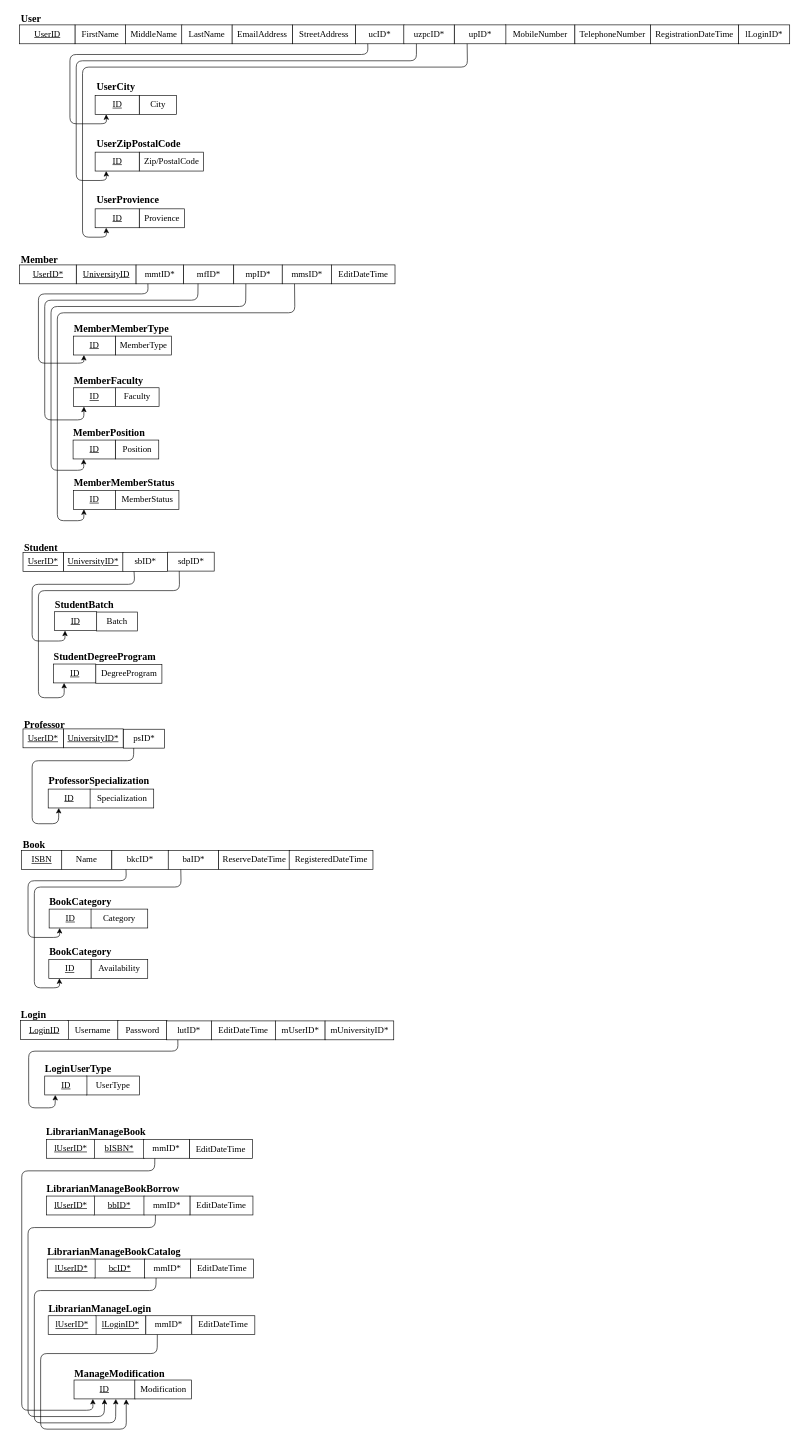
Earlier version of the draw.io diagram Documentation/Database/3.RelationalSchema_SecondNormalization/lsulibraryDB_RelationalSchema_2NF.drawio (hvlhasanka/Pearson_HND_Computing_Y1S2-Unit10_Web_Design_and_Development). Source tidied: cells renumbered, new cells numbered last; positions are measured from the earlier drawing's top-left corner, leaving out a move shared by most shapes. Both pictures are drawn from the tidied source at 63%, with x=0, y=0 at pixel (19, 11).
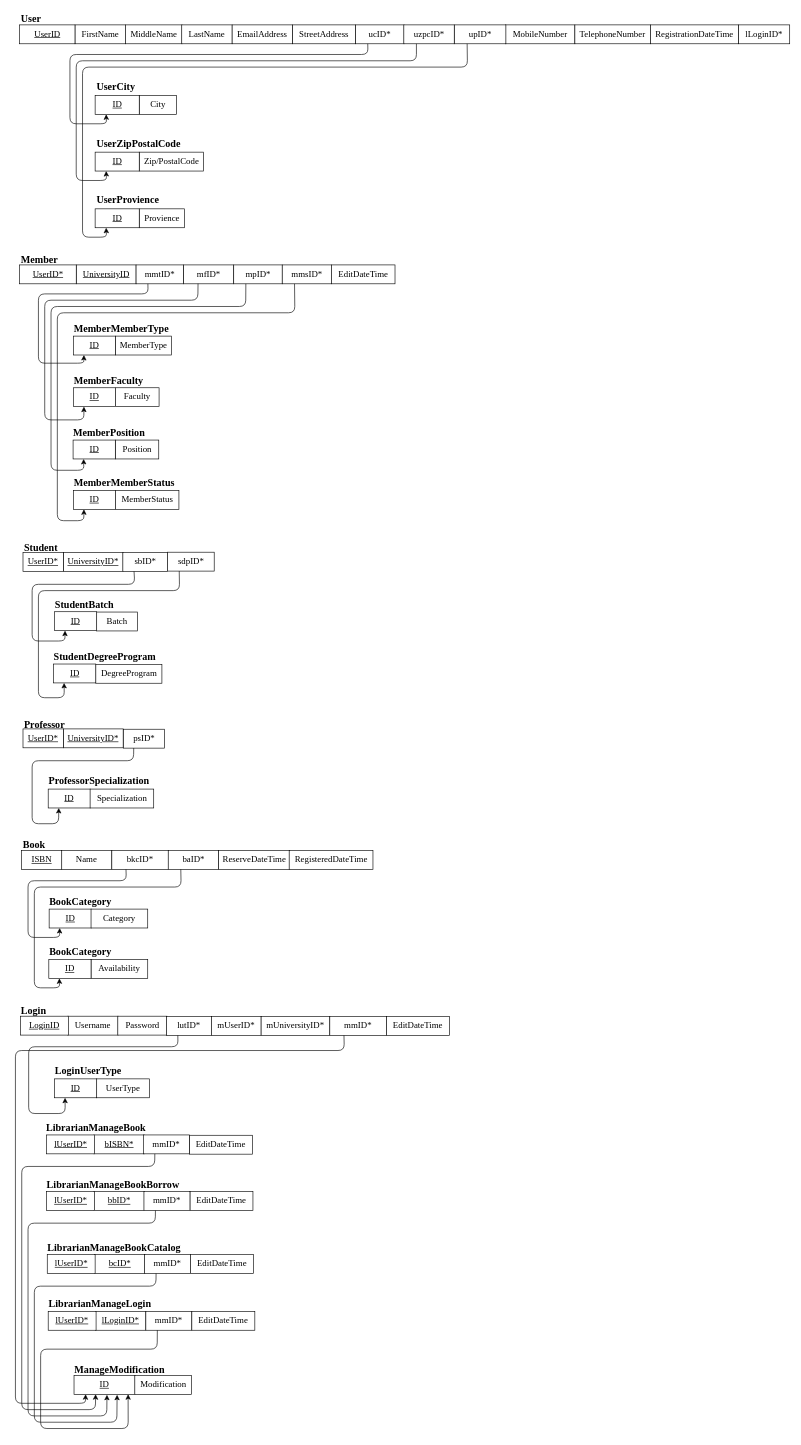
The same page after the edit.

The edit, as a diff of the source:
```diff
@@
     <mxCell id="73" value="&lt;font face=&quot;Times New Roman&quot;&gt;Login&lt;/font&gt;" style="text;html=1;align=left;verticalAlign=top;spacingTop=-4;fontSize=16;fontStyle=1;" parent="1" vertex="1">
-      <mxGeometry x="0.5" y="1580.5" width="50" height="20" as="geometry" />
+      <mxGeometry x="0.5" y="1573.5" width="50" height="20" as="geometry" />
     </mxCell>
     <mxCell id="74" value="Username" style="rounded=0;whiteSpace=wrap;html=1;fontSize=14;fontFamily=Times New Roman;" parent="1" vertex="1">
-      <mxGeometry x="77" y="1602.5" width="80" height="30" as="geometry" />
+      <mxGeometry x="77" y="1595.5" width="80" height="30" as="geometry" />
     </mxCell>
     <mxCell id="75" value="Password" style="rounded=0;whiteSpace=wrap;html=1;fontSize=14;fontFamily=Times New Roman;" parent="1" vertex="1">
-      <mxGeometry x="156.5" y="1602.5" width="78" height="30" as="geometry" />
+      <mxGeometry x="156.5" y="1595.5" width="78" height="30" as="geometry" />
     </mxCell>
     <mxCell id="76" value="LoginID" style="rounded=0;whiteSpace=wrap;html=1;fontSize=14;fontFamily=Times New Roman;fontStyle=4;" parent="1" vertex="1">
-      <mxGeometry x="2" y="1602.5" width="76" height="30" as="geometry" />
+      <mxGeometry x="2" y="1595.5" width="76" height="30" as="geometry" />
     </mxCell>
     <mxCell id="77" value="lutID*" style="rounded=0;whiteSpace=wrap;html=1;fontSize=14;fontFamily=Times New Roman;" parent="1" vertex="1">
-      <mxGeometry x="234" y="1603" width="71" height="30" as="geometry" />
+      <mxGeometry x="234" y="1596" width="71" height="30" as="geometry" />
     </mxCell>
-    <mxCell id="78" value="EditDateTime" style="rounded=0;whiteSpace=wrap;html=1;fontSize=14;fontFamily=Times New Roman;" parent="1" vertex="1">
-      <mxGeometry x="305" y="1603" width="102" height="30" as="geometry" />
-    </mxCell>
     <mxCell id="79" value="mUserID*" style="rounded=0;whiteSpace=wrap;html=1;fontSize=14;fontFamily=Times New Roman;" parent="1" vertex="1">
-      <mxGeometry x="406.5" y="1603" width="79" height="30" as="geometry" />
+      <mxGeometry x="305" y="1596" width="79" height="30" as="geometry" />
     </mxCell>
     <mxCell id="80" value="mUniversityID*" style="rounded=0;whiteSpace=wrap;html=1;fontSize=14;fontFamily=Times New Roman;" parent="1" vertex="1">
-      <mxGeometry x="485.5" y="1603" width="109" height="30" as="geometry" />
+      <mxGeometry x="384" y="1596" width="109" height="30" as="geometry" />
     </mxCell>
     <mxCell id="81" value="UserType" style="rounded=0;whiteSpace=wrap;html=1;fontSize=14;fontFamily=Times New Roman;" parent="1" vertex="1">
-      <mxGeometry x="107" y="1690.5" width="84" height="30" as="geometry" />
+      <mxGeometry x="122.5" y="1695" width="84" height="30" as="geometry" />
     </mxCell>
     <mxCell id="82" value="&lt;font face=&quot;Times New Roman&quot;&gt;LoginUserType&lt;/font&gt;" style="text;html=1;align=left;verticalAlign=top;spacingTop=-4;fontSize=16;fontStyle=1;" parent="1" vertex="1">
-      <mxGeometry x="39" y="1665.5" width="120" height="20" as="geometry" />
+      <mxGeometry x="54.5" y="1670" width="120" height="20" as="geometry" />
     </mxCell>
     <mxCell id="83" value="ID" style="rounded=0;whiteSpace=wrap;html=1;fontSize=14;fontFamily=Times New Roman;fontStyle=4;" parent="1" vertex="1">
-      <mxGeometry x="40.5" y="1690.5" width="67" height="30" as="geometry" />
+      <mxGeometry x="56" y="1695" width="67" height="30" as="geometry" />
     </mxCell>
     <mxCell id="84" style="endArrow=classic;html=1;entryX=0.25;entryY=1;entryDx=0;entryDy=0;exitX=0.25;exitY=1;exitDx=0;exitDy=0;" parent="1" edge="1" source="77" target="83">
       <mxGeometry relative="1" as="geometry">
         <Array as="points">
-          <mxPoint x="252" y="1651" />
-          <mxPoint x="15" y="1651" />
-          <mxPoint x="15" y="1741" />
-          <mxPoint x="57" y="1741" />
+          <mxPoint x="252" y="1644" />
+          <mxPoint x="15" y="1644" />
+          <mxPoint x="15" y="1750" />
+          <mxPoint x="73" y="1750" />
         </Array>
       </mxGeometry>
     </mxCell>
     <mxCell id="85" value="&lt;font face=&quot;Times New Roman&quot;&gt;LibrarianManageBook&lt;/font&gt;" style="text;html=1;align=left;verticalAlign=top;spacingTop=-4;fontSize=16;fontStyle=1;" parent="1" vertex="1">
-      <mxGeometry x="41" y="1767" width="160" height="20" as="geometry" />
+      <mxGeometry x="41" y="1760" width="160" height="20" as="geometry" />
     </mxCell>
     <mxCell id="86" value="&lt;u&gt;bISBN*&lt;/u&gt;" style="rounded=0;whiteSpace=wrap;html=1;fontSize=14;fontFamily=Times New Roman;" parent="1" vertex="1">
-      <mxGeometry x="118.5" y="1791" width="80" height="30" as="geometry" />
+      <mxGeometry x="118.5" y="1784" width="80" height="30" as="geometry" />
     </mxCell>
     <mxCell id="87" value="lUserID*" style="rounded=0;whiteSpace=wrap;html=1;fontSize=14;fontFamily=Times New Roman;fontStyle=4;" parent="1" vertex="1">
-      <mxGeometry x="43.5" y="1791" width="76" height="30" as="geometry" />
+      <mxGeometry x="43.5" y="1784" width="76" height="30" as="geometry" />
     </mxCell>
     <mxCell id="88" value="EditDateTime" style="rounded=0;whiteSpace=wrap;html=1;fontSize=14;fontFamily=Times New Roman;" parent="1" vertex="1">
-      <mxGeometry x="270" y="1791.5" width="100" height="30" as="geometry" />
+      <mxGeometry x="270" y="1784.5" width="100" height="30" as="geometry" />
     </mxCell>
     <mxCell id="89" value="&lt;font face=&quot;Times New Roman&quot;&gt;LibrarianManageBookBorrow&lt;/font&gt;" style="text;html=1;align=left;verticalAlign=top;spacingTop=-4;fontSize=16;fontStyle=1;" parent="1" vertex="1">
-      <mxGeometry x="42" y="1857" width="210" height="20" as="geometry" />
+      <mxGeometry x="42" y="1850" width="210" height="20" as="geometry" />
     </mxCell>
     <mxCell id="90" value="&lt;u&gt;bbID*&lt;/u&gt;" style="rounded=0;whiteSpace=wrap;html=1;fontSize=14;fontFamily=Times New Roman;" parent="1" vertex="1">
-      <mxGeometry x="118.5" y="1881" width="80" height="30" as="geometry" />
+      <mxGeometry x="118.5" y="1874" width="80" height="30" as="geometry" />
     </mxCell>
     <mxCell id="91" value="lUserID*" style="rounded=0;whiteSpace=wrap;html=1;fontSize=14;fontFamily=Times New Roman;fontStyle=4;" parent="1" vertex="1">
-      <mxGeometry x="43.5" y="1881" width="76" height="30" as="geometry" />
+      <mxGeometry x="43.5" y="1874" width="76" height="30" as="geometry" />
     </mxCell>
     <mxCell id="92" value="EditDateTime" style="rounded=0;whiteSpace=wrap;html=1;fontSize=14;fontFamily=Times New Roman;" parent="1" vertex="1">
-      <mxGeometry x="271" y="1881" width="100" height="30" as="geometry" />
+      <mxGeometry x="271" y="1874" width="100" height="30" as="geometry" />
     </mxCell>
     <mxCell id="93" value="&lt;font face=&quot;Times New Roman&quot;&gt;LibrarianManageBookCatalog&lt;/font&gt;" style="text;html=1;align=left;verticalAlign=top;spacingTop=-4;fontSize=16;fontStyle=1;" parent="1" vertex="1">
-      <mxGeometry x="43" y="1957" width="210" height="20" as="geometry" />
+      <mxGeometry x="43" y="1950" width="210" height="20" as="geometry" />
     </mxCell>
     <mxCell id="94" value="&lt;u&gt;bcID*&lt;/u&gt;" style="rounded=0;whiteSpace=wrap;html=1;fontSize=14;fontFamily=Times New Roman;" parent="1" vertex="1">
-      <mxGeometry x="119.5" y="1981" width="80" height="30" as="geometry" />
+      <mxGeometry x="119.5" y="1974" width="80" height="30" as="geometry" />
     </mxCell>
     <mxCell id="95" value="lUserID*" style="rounded=0;whiteSpace=wrap;html=1;fontSize=14;fontFamily=Times New Roman;fontStyle=4;" parent="1" vertex="1">
-      <mxGeometry x="44.5" y="1981" width="76" height="30" as="geometry" />
+      <mxGeometry x="44.5" y="1974" width="76" height="30" as="geometry" />
     </mxCell>
     <mxCell id="96" value="EditDateTime" style="rounded=0;whiteSpace=wrap;html=1;fontSize=14;fontFamily=Times New Roman;" parent="1" vertex="1">
-      <mxGeometry x="272" y="1981" width="100" height="30" as="geometry" />
+      <mxGeometry x="272" y="1974" width="100" height="30" as="geometry" />
     </mxCell>
     <mxCell id="97" value="&lt;font face=&quot;Times New Roman&quot;&gt;LibrarianManageLogin&lt;/font&gt;" style="text;html=1;align=left;verticalAlign=top;spacingTop=-4;fontSize=16;fontStyle=1;" parent="1" vertex="1">
-      <mxGeometry x="44.5" y="2047" width="160" height="20" as="geometry" />
+      <mxGeometry x="44.5" y="2040" width="160" height="20" as="geometry" />
     </mxCell>
     <mxCell id="98" value="&lt;u&gt;lLoginID*&lt;/u&gt;" style="rounded=0;whiteSpace=wrap;html=1;fontSize=14;fontFamily=Times New Roman;" parent="1" vertex="1">
-      <mxGeometry x="121" y="2071" width="80" height="30" as="geometry" />
+      <mxGeometry x="121" y="2064" width="80" height="30" as="geometry" />
     </mxCell>
     <mxCell id="99" value="lUserID*" style="rounded=0;whiteSpace=wrap;html=1;fontSize=14;fontFamily=Times New Roman;fontStyle=4;" parent="1" vertex="1">
-      <mxGeometry x="46" y="2071" width="76" height="30" as="geometry" />
+      <mxGeometry x="46" y="2064" width="76" height="30" as="geometry" />
     </mxCell>
     <mxCell id="100" value="mmID*" style="rounded=0;whiteSpace=wrap;html=1;fontSize=14;fontFamily=Times New Roman;" parent="1" vertex="1">
-      <mxGeometry x="201" y="2071" width="73" height="30" as="geometry" />
+      <mxGeometry x="201" y="2064" width="73" height="30" as="geometry" />
     </mxCell>
     <mxCell id="101" value="EditDateTime" style="rounded=0;whiteSpace=wrap;html=1;fontSize=14;fontFamily=Times New Roman;" parent="1" vertex="1">
-      <mxGeometry x="274" y="2071" width="100" height="30" as="geometry" />
+      <mxGeometry x="274" y="2064" width="100" height="30" as="geometry" />
     </mxCell>
     <mxCell id="102" value="&lt;font face=&quot;Times New Roman&quot;&gt;ManageModification&lt;/font&gt;" style="text;html=1;align=left;verticalAlign=top;spacingTop=-4;fontSize=16;fontStyle=1;" parent="1" vertex="1">
-      <mxGeometry x="85.5" y="2151" width="150" height="20" as="geometry" />
+      <mxGeometry x="85.5" y="2144" width="150" height="20" as="geometry" />
     </mxCell>
     <mxCell id="103" value="ID" style="rounded=0;whiteSpace=wrap;html=1;fontSize=14;fontFamily=Times New Roman;fontStyle=4;" parent="1" vertex="1">
-      <mxGeometry x="87" y="2173" width="97" height="30" as="geometry" />
+      <mxGeometry x="87" y="2166" width="97" height="30" as="geometry" />
     </mxCell>
     <mxCell id="104" value="Modification" style="rounded=0;whiteSpace=wrap;html=1;fontSize=14;fontFamily=Times New Roman;" parent="1" vertex="1">
-      <mxGeometry x="183.5" y="2173" width="90" height="30" as="geometry" />
+      <mxGeometry x="183.5" y="2166" width="90" height="30" as="geometry" />
     </mxCell>
     <mxCell id="105" value="mmID*" style="rounded=0;whiteSpace=wrap;html=1;fontSize=14;fontFamily=Times New Roman;" parent="1" vertex="1">
-      <mxGeometry x="199" y="1981" width="73" height="30" as="geometry" />
+      <mxGeometry x="199" y="1974" width="73" height="30" as="geometry" />
     </mxCell>
     <mxCell id="106" value="mmID*" style="rounded=0;whiteSpace=wrap;html=1;fontSize=14;fontFamily=Times New Roman;" parent="1" vertex="1">
-      <mxGeometry x="198" y="1881" width="73" height="30" as="geometry" />
+      <mxGeometry x="198" y="1874" width="73" height="30" as="geometry" />
     </mxCell>
     <mxCell id="107" value="mmID*" style="rounded=0;whiteSpace=wrap;html=1;fontSize=14;fontFamily=Times New Roman;" parent="1" vertex="1">
-      <mxGeometry x="197" y="1791" width="73" height="30" as="geometry" />
+      <mxGeometry x="197" y="1784" width="73" height="30" as="geometry" />
     </mxCell>
-    <mxCell id="108" style="endArrow=classic;html=1;exitX=0.25;exitY=1;exitDx=0;exitDy=0;entryX=0.854;entryY=1.015;entryDx=0;entryDy=0;entryPerimeter=0;" parent="1" edge="1" source="100" target="103">
+    <mxCell id="108" style="endArrow=classic;html=1;exitX=0.25;exitY=1;exitDx=0;exitDy=0;entryX=0.885;entryY=0.987;entryDx=0;entryDy=0;entryPerimeter=0;" parent="1" edge="1" source="100" target="103">
       <mxGeometry relative="1" as="geometry">
         <Array as="points">
-          <mxPoint x="219" y="2131" />
-          <mxPoint x="34" y="2131" />
-          <mxPoint x="34" y="2251" />
-          <mxPoint x="170" y="2251" />
+          <mxPoint x="219" y="2124" />
+          <mxPoint x="34" y="2124" />
+          <mxPoint x="34" y="2250" />
+          <mxPoint x="173" y="2250" />
         </Array>
       </mxGeometry>
     </mxCell>
-    <mxCell id="109" style="endArrow=classic;html=1;entryX=0.684;entryY=1.001;entryDx=0;entryDy=0;entryPerimeter=0;exitX=0.25;exitY=1;exitDx=0;exitDy=0;" parent="1" edge="1" source="105" target="103">
+    <mxCell id="109" style="endArrow=classic;html=1;exitX=0.25;exitY=1;exitDx=0;exitDy=0;entryX=0.705;entryY=1.015;entryDx=0;entryDy=0;entryPerimeter=0;" parent="1" edge="1" source="105" target="103">
       <mxGeometry relative="1" as="geometry">
         <Array as="points">
-          <mxPoint x="217" y="2031" />
-          <mxPoint x="24" y="2031" />
-          <mxPoint x="24" y="2241" />
-          <mxPoint x="153" y="2241" />
+          <mxPoint x="217" y="2024" />
+          <mxPoint x="24" y="2024" />
+          <mxPoint x="24" y="2240" />
+          <mxPoint x="155" y="2240" />
         </Array>
       </mxGeometry>
     </mxCell>
-    <mxCell id="110" style="endArrow=classic;html=1;entryX=0.5;entryY=1;entryDx=0;entryDy=0;exitX=0.25;exitY=1;exitDx=0;exitDy=0;" parent="1" edge="1" source="106" target="103">
+    <mxCell id="110" style="endArrow=classic;html=1;entryX=0.539;entryY=1.015;entryDx=0;entryDy=0;exitX=0.25;exitY=1;exitDx=0;exitDy=0;entryPerimeter=0;" parent="1" edge="1" source="106" target="103">
       <mxGeometry relative="1" as="geometry">
         <Array as="points">
-          <mxPoint x="216" y="1931" />
-          <mxPoint x="14" y="1931" />
-          <mxPoint x="14" y="2231" />
-          <mxPoint x="135" y="2231" />
+          <mxPoint x="216" y="1924" />
+          <mxPoint x="14" y="1924" />
+          <mxPoint x="14" y="2230" />
+          <mxPoint x="139" y="2230" />
         </Array>
       </mxGeometry>
     </mxCell>
-    <mxCell id="111" style="endArrow=classic;html=1;entryX=0.308;entryY=1.001;entryDx=0;entryDy=0;entryPerimeter=0;exitX=0.25;exitY=1;exitDx=0;exitDy=0;" parent="1" edge="1" source="107" target="103">
+    <mxCell id="111" style="endArrow=classic;html=1;entryX=0.353;entryY=0.987;entryDx=0;entryDy=0;entryPerimeter=0;exitX=0.25;exitY=1;exitDx=0;exitDy=0;" parent="1" edge="1" source="107" target="103">
       <mxGeometry relative="1" as="geometry">
         <Array as="points">
-          <mxPoint x="215" y="1841" />
-          <mxPoint x="4" y="1841" />
-          <mxPoint x="4" y="2221" />
-          <mxPoint x="117" y="2221" />
+          <mxPoint x="215" y="1834" />
+          <mxPoint x="4" y="1834" />
+          <mxPoint x="4" y="2220" />
+          <mxPoint x="121" y="2220" />
         </Array>
       </mxGeometry>
     </mxCell>
@@
+    <mxCell id="127" value="mmID*" style="rounded=0;whiteSpace=wrap;html=1;fontSize=14;fontFamily=Times New Roman;" parent="1" vertex="1">
+      <mxGeometry x="493" y="1596" width="90" height="30" as="geometry" />
+    </mxCell>
+    <mxCell id="78" value="EditDateTime" style="rounded=0;whiteSpace=wrap;html=1;fontSize=14;fontFamily=Times New Roman;" parent="1" vertex="1">
+      <mxGeometry x="583" y="1596" width="100" height="30" as="geometry" />
+    </mxCell>
+    <mxCell id="128" style="endArrow=classic;html=1;exitX=0.25;exitY=1;exitDx=0;exitDy=0;entryX=0.19;entryY=0.987;entryDx=0;entryDy=0;entryPerimeter=0;" parent="1" edge="1" source="127" target="103">
+      <mxGeometry relative="1" as="geometry">
+        <Array as="points">
+          <mxPoint x="516" y="1650" />
+          <mxPoint x="-6" y="1650" />
+          <mxPoint x="-6" y="2210" />
+          <mxPoint x="105" y="2210" />
+        </Array>
+      </mxGeometry>
+    </mxCell>
```
